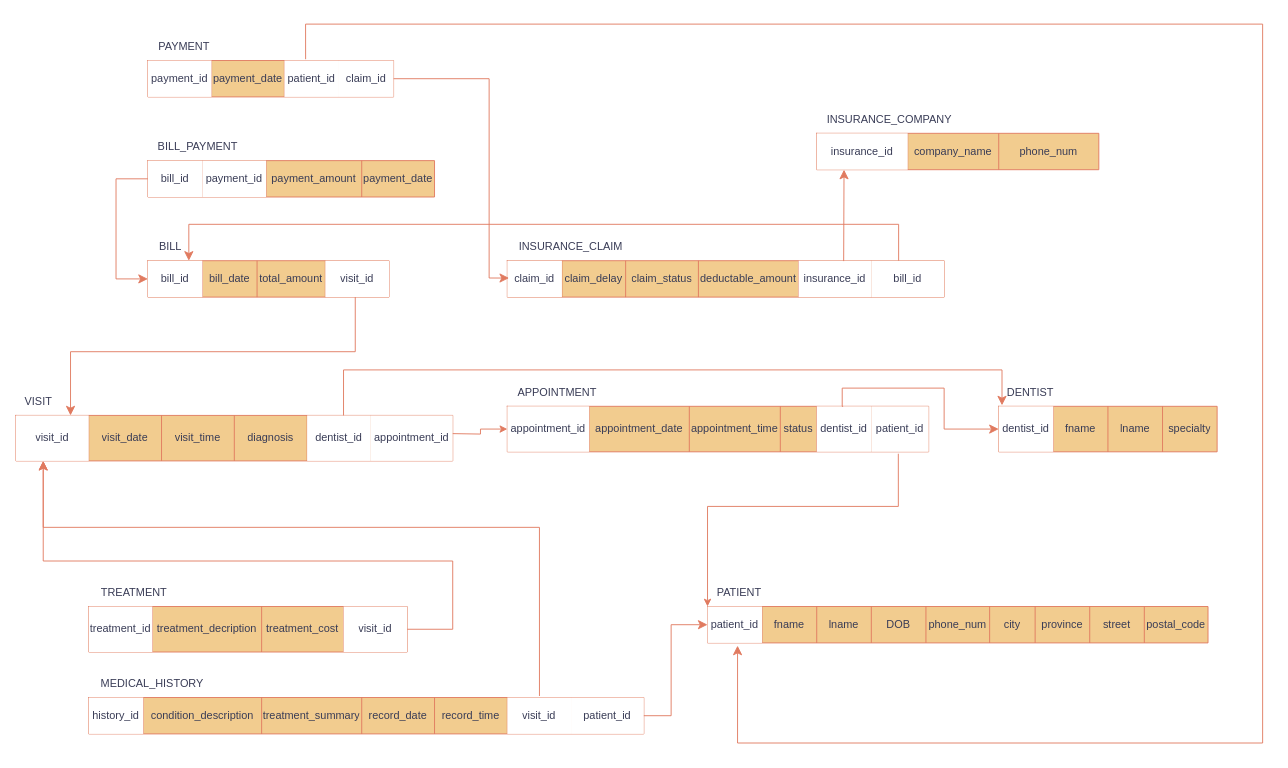
Above: page "Logical Schema" (3 of 3) of DB - Final Project - ERD, Revised ERD, Logica Schema.drawio in 23Parzival/DB-Final-Project (draw.io), before the change. Source tidied: cells renumbered, new cells numbered last; positions are measured from the earlier drawing's top-left corner, leaving out a move shared by most shapes. Both pictures are drawn from the tidied source at 91%, with x=0, y=0 at pixel (15, 24).
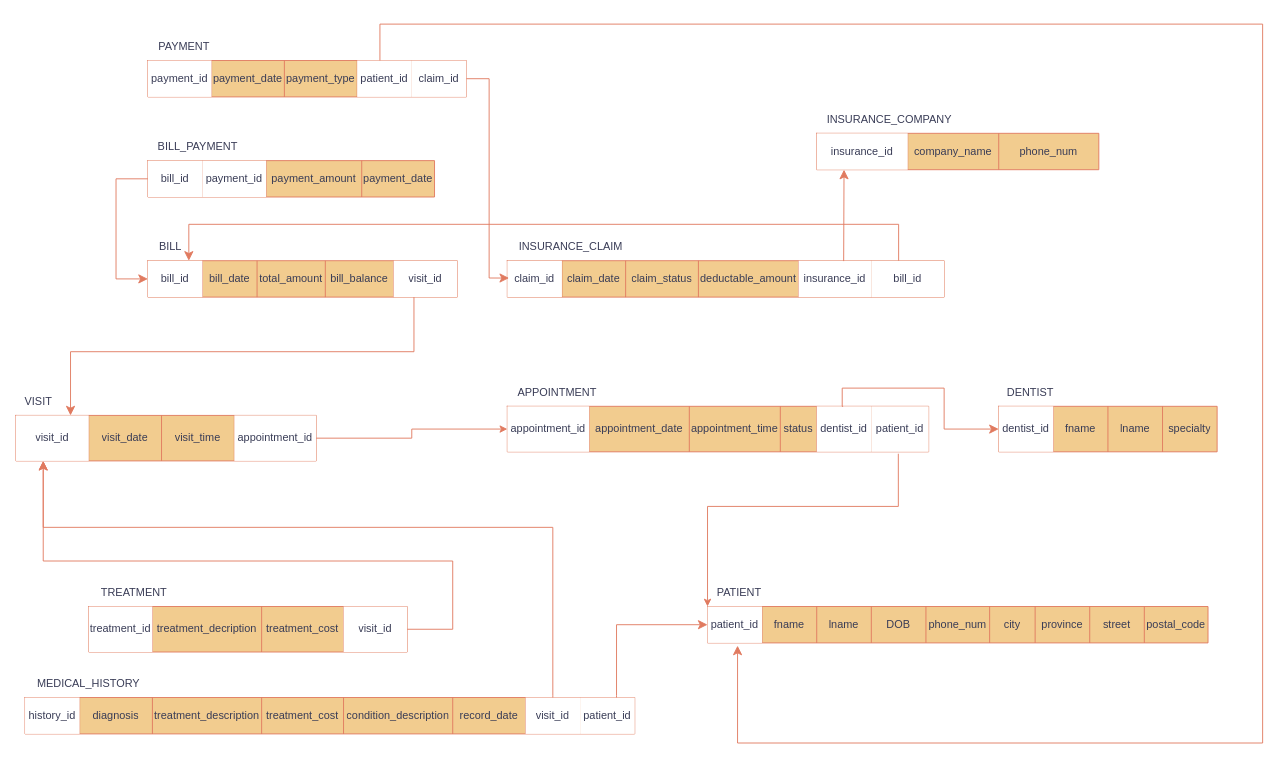
After the change.

Unchanged cells that the change refers to:
```xml
<mxCell id="2" style="shape=table;startSize=0;childLayout=tableLayout;labelBackgroundColor=none;fillColor=#F2CC8F;strokeColor=#E07A5F;fontColor=#393C56;" parent="1" vertex="1">
  <mxGeometry x="760" y="640" width="550" height="40" as="geometry" />
</mxCell>
<mxCell id="3" style="shape=tableRow;horizontal=0;startSize=0;swimlaneHead=0;swimlaneBody=0;strokeColor=#E07A5F;top=0;left=0;bottom=0;right=0;fillColor=none;points=[[0,0.5],[1,0.5]];portConstraint=eastwest;labelBackgroundColor=none;fontColor=#393C56;" parent="2" vertex="1">
  <mxGeometry width="550" height="40" as="geometry" />
</mxCell>
<mxCell id="15" style="shape=tableRow;horizontal=0;startSize=0;swimlaneHead=0;swimlaneBody=0;strokeColor=#E07A5F;top=0;left=0;bottom=0;right=0;fillColor=none;points=[[0,0.5],[1,0.5]];portConstraint=eastwest;labelBackgroundColor=none;fontColor=#393C56;" parent="14" vertex="1">
  <mxGeometry width="463" height="50" as="geometry" />
</mxCell>
<mxCell id="75" style="shape=tableRow;horizontal=0;startSize=0;swimlaneHead=0;swimlaneBody=0;strokeColor=#E07A5F;top=0;left=0;bottom=0;right=0;fillColor=none;points=[[0,0.5],[1,0.5]];portConstraint=eastwest;labelBackgroundColor=none;fontColor=#393C56;" parent="74" vertex="1">
  <mxGeometry width="480" height="40" as="geometry" />
</mxCell>
<mxCell id="92" style="shape=tableRow;horizontal=0;startSize=0;swimlaneHead=0;swimlaneBody=0;strokeColor=inherit;top=0;left=0;bottom=0;right=0;fillColor=none;points=[[0,0.5],[1,0.5]];portConstraint=eastwest;fontColor=#393C56;" parent="91" vertex="1">
  <mxGeometry width="240" height="50" as="geometry" />
</mxCell>
```

What changed in the source:
```diff
@@
     <mxCell id="24" style="shape=table;startSize=0;childLayout=tableLayout;labelBackgroundColor=none;fillColor=#F2CC8F;strokeColor=#E07A5F;fontColor=#393C56;" parent="1" vertex="1">
-      <mxGeometry y="430" width="480" height="50" as="geometry" />
+      <mxGeometry y="430" width="330" height="50" as="geometry" />
     </mxCell>
     <mxCell id="25" style="shape=tableRow;horizontal=0;startSize=0;swimlaneHead=0;swimlaneBody=0;strokeColor=#E07A5F;top=0;left=0;bottom=0;right=0;fillColor=none;points=[[0,0.5],[1,0.5]];portConstraint=eastwest;labelBackgroundColor=none;fontColor=#393C56;" parent="24" vertex="1">
-      <mxGeometry width="480" height="50" as="geometry" />
+      <mxGeometry width="330" height="50" as="geometry" />
     </mxCell>
@@
-    <mxCell id="29" value="diagnosis" style="shape=partialRectangle;html=1;whiteSpace=wrap;strokeColor=#E07A5F;overflow=hidden;fillColor=none;top=0;left=0;bottom=0;right=0;labelBackgroundColor=none;fontColor=#393C56;" parent="25" vertex="1">
-      <mxGeometry x="240" width="80" height="50" as="geometry" />
-    </mxCell>
-    <mxCell id="30" value="dentist_id" style="shape=partialRectangle;html=1;whiteSpace=wrap;strokeColor=light-dark(#E07A5F,#FFD966);overflow=hidden;fillColor=light-dark(#FFFFFF,#994C00);top=0;left=0;bottom=0;right=0;labelBackgroundColor=none;fontColor=#393C56;" parent="25" vertex="1">
-      <mxGeometry x="320" width="70" height="50" as="geometry" />
-    </mxCell>
     <mxCell id="31" value="appointment_id" style="shape=partialRectangle;html=1;whiteSpace=wrap;strokeColor=light-dark(#E07A5F,#FFD966);overflow=hidden;fillColor=light-dark(#FFFFFF,#994C00);top=0;left=0;bottom=0;right=0;labelBackgroundColor=none;fontColor=#393C56;" parent="25" vertex="1">
-      <mxGeometry x="390" width="90" height="50" as="geometry" />
+      <mxGeometry x="240" width="90" height="50" as="geometry" />
     </mxCell>
@@
-    <mxCell id="33" style="edgeStyle=orthogonalEdgeStyle;rounded=0;jettySize=auto;html=1;labelBackgroundColor=none;strokeColor=#E07A5F;fontColor=default;endArrow=none;endFill=0;startArrow=classic;startFill=1;" parent="1" edge="1" source="15">
-      <mxGeometry relative="1" as="geometry">
-        <mxPoint x="480" y="450" as="targetPoint" />
-      </mxGeometry>
+    <mxCell id="33" style="edgeStyle=orthogonalEdgeStyle;rounded=0;jettySize=auto;html=1;labelBackgroundColor=none;strokeColor=#E07A5F;fontColor=default;endArrow=none;endFill=0;startArrow=classic;startFill=1;entryX=1;entryY=0.5;entryDx=0;entryDy=0;" parent="1" edge="1" source="15" target="24">
+      <mxGeometry relative="1" as="geometry" />
     </mxCell>
@@
     <mxCell id="41" style="shape=table;startSize=0;childLayout=tableLayout;labelBackgroundColor=none;fillColor=#F2CC8F;strokeColor=#E07A5F;fontColor=#393C56;" parent="1" vertex="1">
-      <mxGeometry x="80" y="740" width="610" height="40" as="geometry" />
+      <mxGeometry x="10" y="740" width="670" height="40" as="geometry" />
     </mxCell>
     <mxCell id="42" style="shape=tableRow;horizontal=0;startSize=0;swimlaneHead=0;swimlaneBody=0;strokeColor=#E07A5F;top=0;left=0;bottom=0;right=0;fillColor=none;points=[[0,0.5],[1,0.5]];portConstraint=eastwest;labelBackgroundColor=none;fontColor=#393C56;" parent="41" vertex="1">
-      <mxGeometry width="610" height="40" as="geometry" />
+      <mxGeometry width="670" height="40" as="geometry" />
     </mxCell>
@@
+    <mxCell id="29" value="diagnosis" style="shape=partialRectangle;html=1;whiteSpace=wrap;strokeColor=#E07A5F;overflow=hidden;fillColor=none;top=0;left=0;bottom=0;right=0;labelBackgroundColor=none;fontColor=#393C56;" parent="42" vertex="1">
+      <mxGeometry x="60" width="80" height="40" as="geometry" />
+    </mxCell>
+    <mxCell id="105" value="treatment_description" style="shape=partialRectangle;html=1;whiteSpace=wrap;strokeColor=#E07A5F;overflow=hidden;fillColor=none;top=0;left=0;bottom=0;right=0;labelBackgroundColor=none;fontColor=#393C56;" parent="42" vertex="1">
+      <mxGeometry x="140" width="120" height="40" as="geometry" />
+    </mxCell>
+    <mxCell id="106" value="treatment_cost" style="shape=partialRectangle;html=1;whiteSpace=wrap;strokeColor=#E07A5F;overflow=hidden;fillColor=none;top=0;left=0;bottom=0;right=0;labelBackgroundColor=none;fontColor=#393C56;" parent="42" vertex="1">
+      <mxGeometry x="260" width="90" height="40" as="geometry" />
+    </mxCell>
     <mxCell id="44" value="condition_description" style="shape=partialRectangle;html=1;whiteSpace=wrap;strokeColor=#E07A5F;overflow=hidden;fillColor=none;top=0;left=0;bottom=0;right=0;labelBackgroundColor=none;fontColor=#393C56;" parent="42" vertex="1">
-      <mxGeometry x="60" width="130" height="40" as="geometry" />
+      <mxGeometry x="350" width="120" height="40" as="geometry" />
     </mxCell>
-    <mxCell id="45" value="treatment_summary" style="shape=partialRectangle;html=1;whiteSpace=wrap;strokeColor=#E07A5F;overflow=hidden;fillColor=none;top=0;left=0;bottom=0;right=0;labelBackgroundColor=none;fontColor=#393C56;" parent="42" vertex="1">
-      <mxGeometry x="190" width="110" height="40" as="geometry" />
-    </mxCell>
     <mxCell id="46" value="record_date" style="shape=partialRectangle;html=1;whiteSpace=wrap;strokeColor=#E07A5F;overflow=hidden;fillColor=none;top=0;left=0;bottom=0;right=0;labelBackgroundColor=none;fontColor=#393C56;" parent="42" vertex="1">
-      <mxGeometry x="300" width="80" height="40" as="geometry" />
+      <mxGeometry x="470" width="80" height="40" as="geometry" />
     </mxCell>
-    <mxCell id="47" value="record_time" style="shape=partialRectangle;html=1;whiteSpace=wrap;strokeColor=#E07A5F;overflow=hidden;fillColor=none;top=0;left=0;bottom=0;right=0;labelBackgroundColor=none;fontColor=#393C56;" parent="42" vertex="1">
-      <mxGeometry x="380" width="80" height="40" as="geometry" />
-    </mxCell>
     <mxCell id="48" value="visit_id" style="shape=partialRectangle;html=1;whiteSpace=wrap;strokeColor=#E07A5F;overflow=hidden;fillColor=light-dark(#FFFFFF,#994C00);top=0;left=0;bottom=0;right=0;labelBackgroundColor=none;fontColor=#393C56;" parent="42" vertex="1">
-      <mxGeometry x="460" width="70" height="40" as="geometry" />
+      <mxGeometry x="550" width="60" height="40" as="geometry" />
     </mxCell>
     <mxCell id="49" value="patient_id" style="shape=partialRectangle;html=1;whiteSpace=wrap;strokeColor=#E07A5F;overflow=hidden;fillColor=light-dark(#FFFFFF,#994C00);top=0;left=0;bottom=0;right=0;labelBackgroundColor=none;fontColor=#393C56;" parent="42" vertex="1">
-      <mxGeometry x="530" width="80" height="40" as="geometry" />
+      <mxGeometry x="610" width="60" height="40" as="geometry" />
     </mxCell>
     <mxCell id="50" value="MEDICAL_HISTORY" style="text;html=1;whiteSpace=wrap;strokeColor=none;fillColor=none;align=center;verticalAlign=middle;rounded=0;labelBackgroundColor=none;fontColor=#393C56;" parent="1" vertex="1">
-      <mxGeometry x="80" y="710" width="140" height="30" as="geometry" />
+      <mxGeometry x="10" y="710" width="140" height="30" as="geometry" />
     </mxCell>
     <mxCell id="51" style="shape=table;startSize=0;childLayout=tableLayout;labelBackgroundColor=none;fillColor=#F2CC8F;strokeColor=#E07A5F;fontColor=#393C56;" parent="1" vertex="1">
-      <mxGeometry x="145" y="260" width="265" height="40" as="geometry" />
+      <mxGeometry x="145" y="260" width="340" height="40" as="geometry" />
     </mxCell>
     <mxCell id="52" style="shape=tableRow;horizontal=0;startSize=0;swimlaneHead=0;swimlaneBody=0;strokeColor=#E07A5F;top=0;left=0;bottom=0;right=0;fillColor=none;points=[[0,0.5],[1,0.5]];portConstraint=eastwest;labelBackgroundColor=none;fontColor=#393C56;" parent="51" vertex="1">
-      <mxGeometry width="265" height="40" as="geometry" />
+      <mxGeometry width="340" height="40" as="geometry" />
     </mxCell>
@@
+    <mxCell id="107" value="bill_balance" style="shape=partialRectangle;html=1;whiteSpace=wrap;strokeColor=#E07A5F;overflow=hidden;fillColor=none;top=0;left=0;bottom=0;right=0;labelBackgroundColor=none;fontColor=#393C56;" parent="52" vertex="1">
+      <mxGeometry x="195" width="75" height="40" as="geometry" />
+    </mxCell>
     <mxCell id="56" value="visit_id" style="shape=partialRectangle;html=1;whiteSpace=wrap;strokeColor=light-dark(#E07A5F,#994C00);overflow=hidden;fillColor=light-dark(#FFFFFF,#994C00);top=0;left=0;bottom=0;right=0;labelBackgroundColor=none;fontColor=#393C56;" parent="52" vertex="1">
-      <mxGeometry x="195" width="70" height="40" as="geometry" />
+      <mxGeometry x="270" width="70" height="40" as="geometry" />
     </mxCell>
@@
     <mxCell id="58" style="edgeStyle=segmentEdgeStyle;endArrow=none;html=1;curved=0;rounded=0;endSize=8;startSize=8;entryX=0.86;entryY=1;entryDx=0;entryDy=0;entryPerimeter=0;labelBackgroundColor=none;strokeColor=#E07A5F;fontColor=default;endFill=0;startArrow=classic;startFill=1;" parent="1" edge="1" source="25" target="51">
       <mxGeometry relative="1" as="geometry">
         <Array as="points">
           <mxPoint x="60" y="360" />
-          <mxPoint x="373" y="360" />
+          <mxPoint x="437" y="360" />
         </Array>
       </mxGeometry>
     </mxCell>
@@
     <mxCell id="67" style="shape=table;startSize=0;childLayout=tableLayout;labelBackgroundColor=none;fillColor=#F2CC8F;strokeColor=#E07A5F;fontColor=#393C56;" parent="1" vertex="1">
-      <mxGeometry x="145" y="40" width="270" height="40" as="geometry" />
+      <mxGeometry x="145" y="40" width="350" height="40" as="geometry" />
     </mxCell>
     <mxCell id="68" style="shape=tableRow;horizontal=0;startSize=0;swimlaneHead=0;swimlaneBody=0;strokeColor=#E07A5F;top=0;left=0;bottom=0;right=0;fillColor=none;points=[[0,0.5],[1,0.5]];portConstraint=eastwest;labelBackgroundColor=none;fontColor=#393C56;" parent="67" vertex="1">
-      <mxGeometry width="270" height="40" as="geometry" />
+      <mxGeometry width="350" height="40" as="geometry" />
     </mxCell>
@@
+    <mxCell id="108" value="payment_type" style="shape=partialRectangle;html=1;whiteSpace=wrap;strokeColor=#E07A5F;overflow=hidden;fillColor=none;top=0;left=0;bottom=0;right=0;labelBackgroundColor=none;fontColor=#393C56;" parent="68" vertex="1">
+      <mxGeometry x="150" width="80" height="40" as="geometry" />
+    </mxCell>
     <mxCell id="71" value="patient_id" style="shape=partialRectangle;html=1;whiteSpace=wrap;strokeColor=light-dark(#E07A5F,#994C00);overflow=hidden;fillColor=light-dark(#FFFFFF,#994C00);top=0;left=0;bottom=0;right=0;labelBackgroundColor=none;fontColor=#393C56;" parent="68" vertex="1">
-      <mxGeometry x="150" width="60" height="40" as="geometry" />
+      <mxGeometry x="230" width="60" height="40" as="geometry" />
     </mxCell>
     <mxCell id="72" value="claim_id" style="shape=partialRectangle;html=1;whiteSpace=wrap;strokeColor=#E07A5F;overflow=hidden;fillColor=light-dark(#FFFFFF,#994C00);top=0;left=0;bottom=0;right=0;labelBackgroundColor=none;fontColor=#393C56;" parent="68" vertex="1">
-      <mxGeometry x="210" width="60" height="40" as="geometry" />
+      <mxGeometry x="290" width="60" height="40" as="geometry" />
     </mxCell>
@@
-    <mxCell id="77" value="claim_delay" style="shape=partialRectangle;html=1;whiteSpace=wrap;strokeColor=#E07A5F;overflow=hidden;fillColor=none;top=0;left=0;bottom=0;right=0;labelBackgroundColor=none;fontColor=#393C56;" parent="75" vertex="1">
+    <mxCell id="77" value="claim_date" style="shape=partialRectangle;html=1;whiteSpace=wrap;strokeColor=#E07A5F;overflow=hidden;fillColor=none;top=0;left=0;bottom=0;right=0;labelBackgroundColor=none;fontColor=#393C56;" parent="75" vertex="1">
       <mxGeometry x="60" width="70" height="40" as="geometry" />
     </mxCell>
@@
-    <mxCell id="99" style="edgeStyle=segmentEdgeStyle;endArrow=none;html=1;curved=0;rounded=0;endSize=8;startSize=8;labelBackgroundColor=none;strokeColor=#E07A5F;fontColor=default;entryX=0.812;entryY=-0.042;entryDx=0;entryDy=0;entryPerimeter=0;endFill=0;startArrow=classic;startFill=1;" parent="1" edge="1" target="42">
+    <mxCell id="99" style="edgeStyle=segmentEdgeStyle;endArrow=none;html=1;curved=0;rounded=0;endSize=8;startSize=8;labelBackgroundColor=none;strokeColor=#E07A5F;fontColor=default;endFill=0;startArrow=classic;startFill=1;" parent="1" edge="1">
       <mxGeometry relative="1" as="geometry">
         <mxPoint x="30" y="480" as="sourcePoint" />
+        <mxPoint x="590" y="740" as="targetPoint" />
         <Array as="points">
-          <mxPoint x="30" y="480" />
           <mxPoint x="30" y="553" />
-          <mxPoint x="510" y="553" />
+          <mxPoint x="590" y="553" />
+          <mxPoint x="590" y="738" />
         </Array>
       </mxGeometry>
     </mxCell>
@@
-    <mxCell id="102" style="edgeStyle=segmentEdgeStyle;endArrow=classic;html=1;curved=0;rounded=0;endSize=8;startSize=8;labelBackgroundColor=none;strokeColor=#E07A5F;fontColor=default;exitX=1;exitY=0.5;exitDx=0;exitDy=0;entryX=0;entryY=0.5;entryDx=0;entryDy=0;" parent="1" edge="1" source="42" target="3">
+    <mxCell id="102" style="edgeStyle=segmentEdgeStyle;endArrow=classic;html=1;curved=0;rounded=0;endSize=8;startSize=8;labelBackgroundColor=none;strokeColor=#E07A5F;fontColor=default;entryX=0;entryY=0.5;entryDx=0;entryDy=0;" parent="1" edge="1" target="3">
       <mxGeometry relative="1" as="geometry">
+        <mxPoint x="660" y="740" as="sourcePoint" />
         <Array as="points">
-          <mxPoint x="720" y="760" />
-          <mxPoint x="720" y="660" />
+          <mxPoint x="660" y="738" />
+          <mxPoint x="660" y="660" />
         </Array>
       </mxGeometry>
     </mxCell>
-    <mxCell id="103" style="edgeStyle=segmentEdgeStyle;endArrow=classic;html=1;curved=0;rounded=0;endSize=8;startSize=8;strokeColor=#E07A5F;fontColor=#393C56;fillColor=#F2CC8F;entryX=0.015;entryY=-0.021;entryDx=0;entryDy=0;exitX=0.75;exitY=0;exitDx=0;exitDy=0;entryPerimeter=0;" parent="1" edge="1" source="24" target="92">
-      <mxGeometry relative="1" as="geometry">
-        <Array as="points">
-          <mxPoint x="360" y="380" />
-          <mxPoint x="1084" y="380" />
-        </Array>
-      </mxGeometry>
-    </mxCell>
-    <mxCell id="104" style="edgeStyle=segmentEdgeStyle;endArrow=none;html=1;curved=0;rounded=0;endSize=8;startSize=8;labelBackgroundColor=none;strokeColor=#E07A5F;fontColor=default;endFill=0;startArrow=classic;startFill=1;entryX=0.642;entryY=-0.036;entryDx=0;entryDy=0;entryPerimeter=0;exitX=0.06;exitY=1.075;exitDx=0;exitDy=0;exitPerimeter=0;" parent="1" edge="1" source="2" target="68">
+    <mxCell id="104" style="edgeStyle=segmentEdgeStyle;endArrow=none;html=1;curved=0;rounded=0;endSize=8;startSize=8;labelBackgroundColor=none;strokeColor=#E07A5F;fontColor=default;endFill=0;startArrow=classic;startFill=1;exitX=0.06;exitY=1.075;exitDx=0;exitDy=0;exitPerimeter=0;" parent="1" edge="1" source="2">
       <mxGeometry relative="1" as="geometry">
+        <mxPoint x="400" y="40" as="targetPoint" />
         <Array as="points">
           <mxPoint x="793" y="790" />
           <mxPoint x="1370" y="790" />
           <mxPoint x="1370" />
-          <mxPoint x="318" />
+          <mxPoint x="400" />
+          <mxPoint x="400" y="39" />
         </Array>
       </mxGeometry>
     </mxCell>
```
